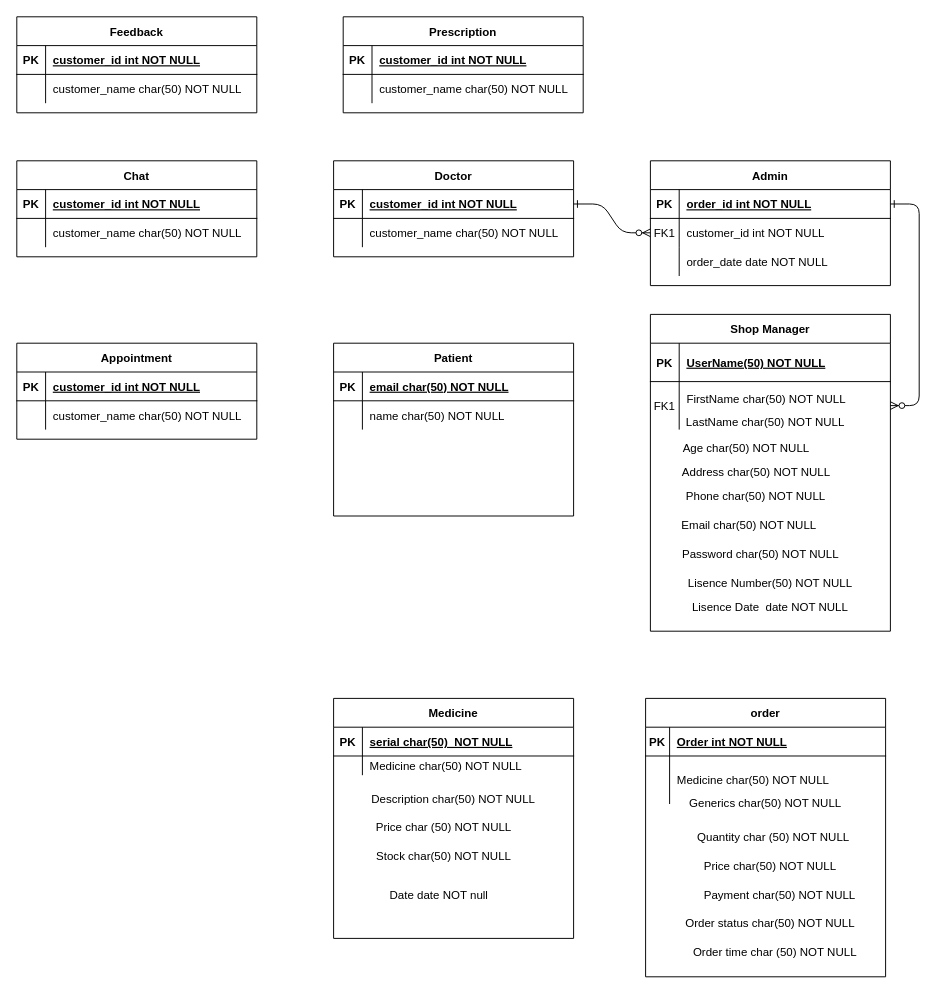
The draw.io diagram ER Diagram.drawio in ProgMahabub21/ABCD, before the edit. Source tidied: cells renumbered, new cells numbered last; positions are measured from the earlier drawing's top-left corner, leaving out a move shared by most shapes. Both pictures are drawn from the tidied source at 96%, with x=0, y=0 at pixel (16, 16).
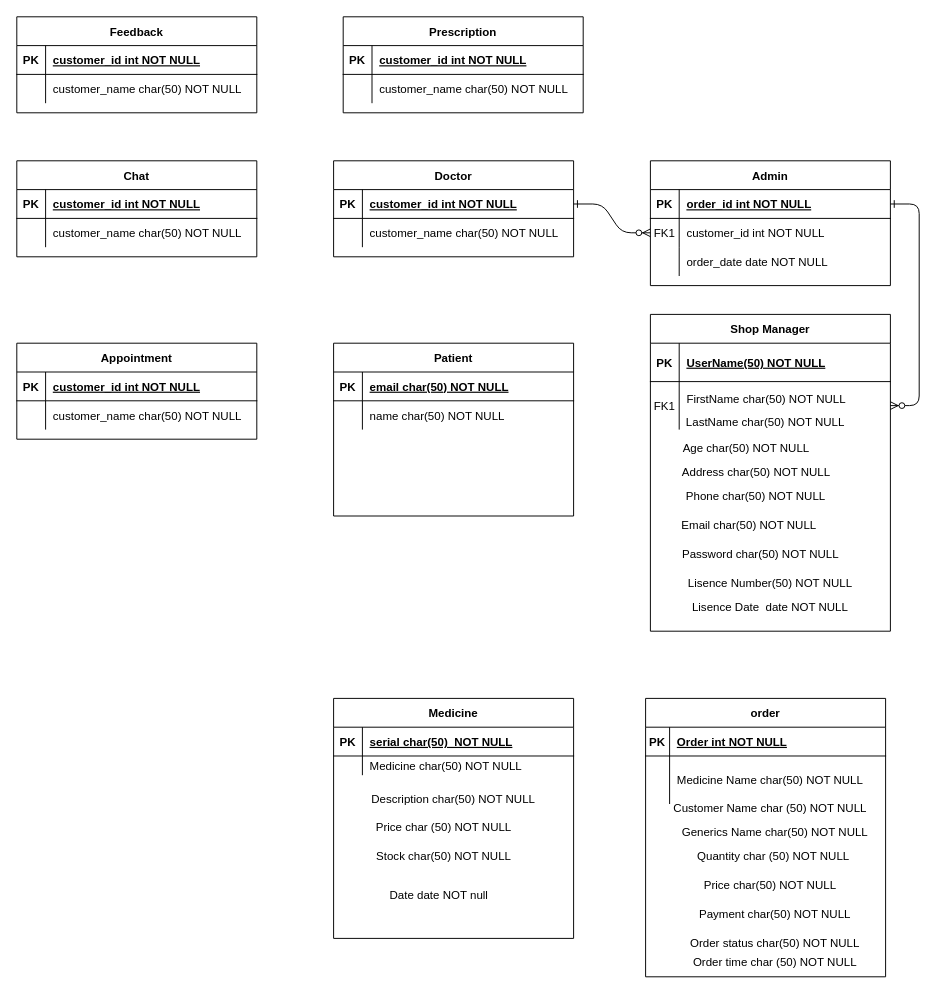
The same page after the edit.

Unchanged cells that the change refers to:
```xml
<mxCell id="67" style="shape=partialRectangle;fillColor=none;top=0;left=0;right=0;bottom=0;" parent="63" vertex="1">
  <mxGeometry y="60" width="250" height="50" as="geometry" />
</mxCell>
```

What changed in the source:
```diff
@@
-    <mxCell id="69" value="Medicine char(50) NOT NULL" style="shape=partialRectangle;overflow=hidden;fillColor=none;top=0;left=0;bottom=0;right=0;align=left;spacingLeft=6;" parent="67" vertex="1">
+    <mxCell id="69" value="Medicine Name char(50) NOT NULL" style="shape=partialRectangle;overflow=hidden;fillColor=none;top=0;left=0;bottom=0;right=0;align=left;spacingLeft=6;" parent="67" vertex="1">
       <mxGeometry x="25" width="225" height="50" as="geometry" />
     </mxCell>
@@
-    <mxCell id="89" value="Generics char(50) NOT NULL" style="text;html=1;strokeColor=none;fillColor=none;align=center;verticalAlign=middle;whiteSpace=wrap;rounded=0;" parent="1" vertex="1">
-      <mxGeometry x="690" y="810" width="180" height="20" as="geometry" />
+    <mxCell id="89" value="Generics Name char(50) NOT NULL" style="text;html=1;strokeColor=none;fillColor=none;align=center;verticalAlign=middle;whiteSpace=wrap;rounded=0;" parent="1" vertex="1">
+      <mxGeometry x="685" y="840" width="210" height="20" as="geometry" />
     </mxCell>
     <mxCell id="90" value="Quantity char (50) NOT NULL&amp;nbsp;" style="text;html=1;strokeColor=none;fillColor=none;align=center;verticalAlign=middle;whiteSpace=wrap;rounded=0;" parent="1" vertex="1">
-      <mxGeometry x="700" y="840" width="180" height="30" as="geometry" />
+      <mxGeometry x="700" y="860" width="180" height="30" as="geometry" />
     </mxCell>
     <mxCell id="91" value="Price char(50) NOT NULL" style="text;html=1;strokeColor=none;fillColor=none;align=center;verticalAlign=middle;whiteSpace=wrap;rounded=0;" parent="1" vertex="1">
-      <mxGeometry x="690" y="870" width="190" height="30" as="geometry" />
+      <mxGeometry x="690" y="890" width="190" height="30" as="geometry" />
     </mxCell>
     <mxCell id="92" value="Payment char(50) NOT NULL" style="text;html=1;strokeColor=none;fillColor=none;align=center;verticalAlign=middle;whiteSpace=wrap;rounded=0;" parent="1" vertex="1">
-      <mxGeometry x="700" y="900" width="190" height="30" as="geometry" />
+      <mxGeometry x="695" y="920" width="190" height="30" as="geometry" />
     </mxCell>
     <mxCell id="93" value="Order status char(50) NOT NULL" style="text;html=1;strokeColor=none;fillColor=none;align=center;verticalAlign=middle;whiteSpace=wrap;rounded=0;" parent="1" vertex="1">
-      <mxGeometry x="690" y="930" width="190" height="30" as="geometry" />
+      <mxGeometry x="695" y="950" width="190" height="30" as="geometry" />
     </mxCell>
     <mxCell id="94" value="Order time char (50) NOT NULL" style="text;html=1;strokeColor=none;fillColor=none;align=center;verticalAlign=middle;whiteSpace=wrap;rounded=0;" parent="1" vertex="1">
-      <mxGeometry x="700" y="960" width="180" height="30" as="geometry" />
+      <mxGeometry x="700" y="970" width="180" height="30" as="geometry" />
     </mxCell>
+    <mxCell id="95" value="Customer Name char (50) NOT NULL" style="text;html=1;strokeColor=none;fillColor=none;align=center;verticalAlign=middle;whiteSpace=wrap;rounded=0;" parent="1" vertex="1">
+      <mxGeometry x="680" y="810" width="210" height="30" as="geometry" />
+    </mxCell>
```
